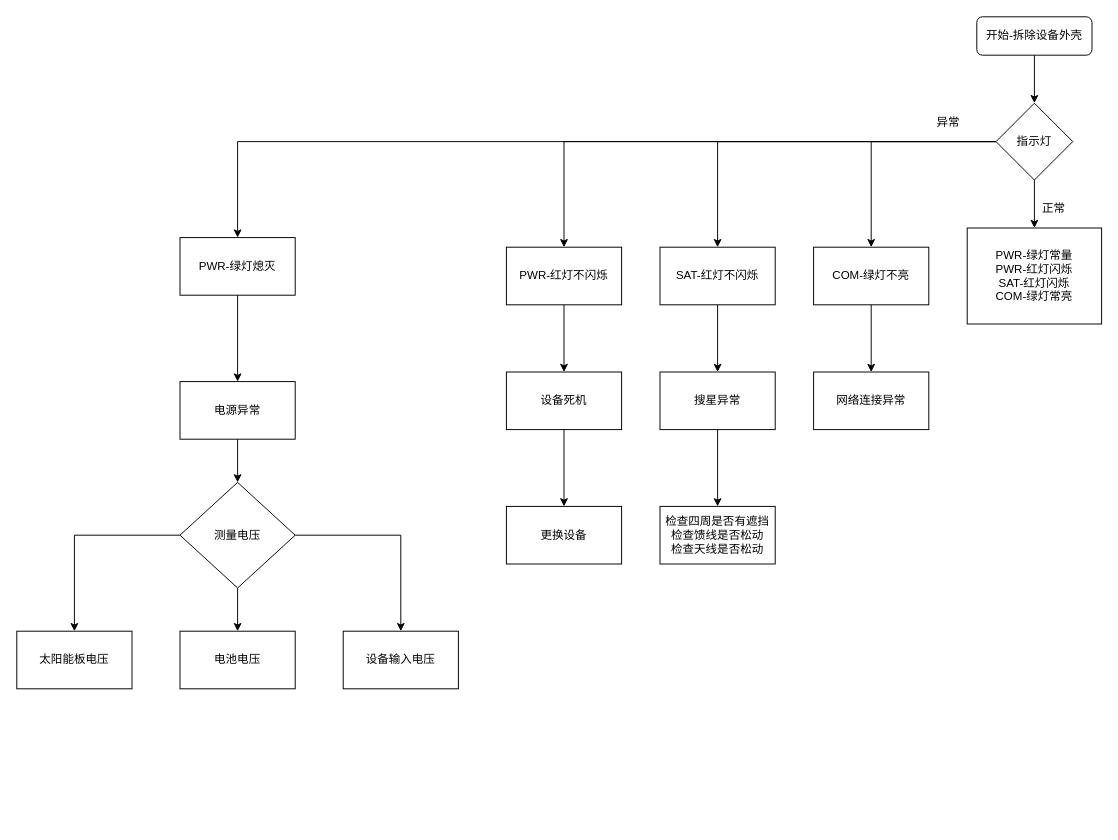
Before: page "现场运维" (1 of 5) of GNSS_E40s检修流程.drawio in wanghongsilver/DrawIo, a draw.io diagram. Source tidied: cells renumbered, new cells numbered last; positions are measured from the earlier drawing's top-left corner, leaving out a move shared by most shapes. Both pictures are drawn from the tidied source at 96%, with x=0, y=0 at pixel (16, 16).
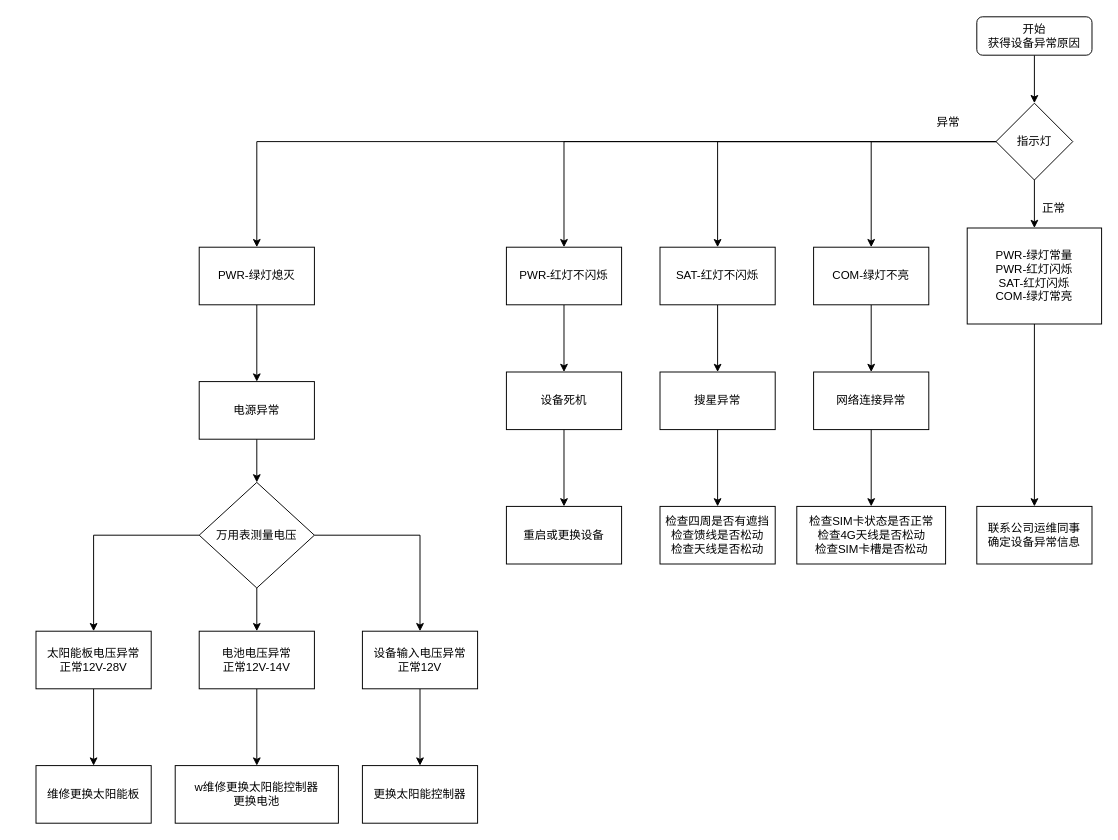
The same diagram, later.

Commit message:
增加现场运维流程

The change refers to these unchanged cells:
```xml
<mxCell id="24" value="网络连接异常" style="whiteSpace=wrap;html=1;" parent="1" vertex="1">
  <mxGeometry x="830" y="370" width="120" height="60" as="geometry" />
</mxCell>
<mxCell id="25" value="&lt;div&gt;PWR-绿灯常量&lt;/div&gt;&lt;div&gt;PWR-红灯闪烁&lt;/div&gt;&lt;div&gt;SAT-红灯闪烁&lt;/div&gt;&lt;div&gt;COM-绿灯常亮&lt;br&gt;&lt;/div&gt;" style="whiteSpace=wrap;html=1;" parent="1" vertex="1">
  <mxGeometry x="990" y="220" width="140" height="100" as="geometry" />
</mxCell>
```

Change to the diagram source:
```diff
@@
-    <mxCell id="3" value="开始-拆除设备外壳" style="rounded=1;whiteSpace=wrap;html=1;fontSize=12;glass=0;strokeWidth=1;shadow=0;" parent="1" vertex="1">
+    <mxCell id="3" value="&lt;div&gt;开始&lt;/div&gt;&lt;div&gt;获得设备异常原因&lt;/div&gt;" style="rounded=1;whiteSpace=wrap;html=1;fontSize=12;glass=0;strokeWidth=1;shadow=0;" parent="1" vertex="1">
       <mxGeometry x="1000" width="120" height="40" as="geometry" />
     </mxCell>
@@
     <mxCell id="13" value="PWR-绿灯熄灭" style="whiteSpace=wrap;html=1;" parent="1" vertex="1">
-      <mxGeometry x="170" y="230" width="120" height="60" as="geometry" />
+      <mxGeometry x="190" y="240" width="120" height="60" as="geometry" />
     </mxCell>
@@
     <mxCell id="19" value="电源异常" style="whiteSpace=wrap;html=1;" parent="1" vertex="1">
-      <mxGeometry x="170" y="380" width="120" height="60" as="geometry" />
+      <mxGeometry x="190" y="380" width="120" height="60" as="geometry" />
     </mxCell>
@@
+    <mxCell id="37" style="edgeStyle=orthogonalEdgeStyle;rounded=0;jettySize=auto;html=1;startArrow=none;startFill=0;" parent="1" edge="1" source="24" target="42">
+      <mxGeometry relative="1" as="geometry" />
+    </mxCell>
@@
+    <mxCell id="38" style="edgeStyle=orthogonalEdgeStyle;rounded=0;jettySize=auto;html=1;startArrow=none;startFill=0;" parent="1" edge="1" source="25" target="43">
+      <mxGeometry relative="1" as="geometry" />
+    </mxCell>
@@
-    <mxCell id="31" value="测量电压" style="rhombus;whiteSpace=wrap;html=1;" parent="1" vertex="1">
-      <mxGeometry x="170" y="485" width="120" height="110" as="geometry" />
+    <mxCell id="31" value="万用表测量电压" style="rhombus;whiteSpace=wrap;html=1;" parent="1" vertex="1">
+      <mxGeometry x="190" y="485" width="120" height="110" as="geometry" />
     </mxCell>
+    <mxCell id="39" style="edgeStyle=orthogonalEdgeStyle;rounded=0;jettySize=auto;html=1;startArrow=none;startFill=0;" parent="1" edge="1" source="32" target="44">
+      <mxGeometry relative="1" as="geometry" />
+    </mxCell>
-    <mxCell id="32" value="太阳能板电压" style="whiteSpace=wrap;html=1;" parent="1" vertex="1">
-      <mxGeometry y="640" width="120" height="60" as="geometry" />
+    <mxCell id="32" value="&lt;div&gt;太阳能板电压异常&lt;/div&gt;&lt;div&gt;正常12V-28V&lt;br&gt;&lt;/div&gt;" style="whiteSpace=wrap;html=1;" parent="1" vertex="1">
+      <mxGeometry x="20" y="640" width="120" height="60" as="geometry" />
     </mxCell>
+    <mxCell id="40" style="edgeStyle=orthogonalEdgeStyle;rounded=0;jettySize=auto;html=1;startArrow=none;startFill=0;" parent="1" edge="1" source="33" target="45">
+      <mxGeometry relative="1" as="geometry" />
+    </mxCell>
-    <mxCell id="33" value="电池电压" style="whiteSpace=wrap;html=1;" parent="1" vertex="1">
-      <mxGeometry x="170" y="640" width="120" height="60" as="geometry" />
+    <mxCell id="33" value="&lt;div&gt;电池电压异常&lt;/div&gt;&lt;div&gt;正常12V-14V&lt;br&gt;&lt;/div&gt;" style="whiteSpace=wrap;html=1;" parent="1" vertex="1">
+      <mxGeometry x="190" y="640" width="120" height="60" as="geometry" />
     </mxCell>
+    <mxCell id="41" style="edgeStyle=orthogonalEdgeStyle;rounded=0;jettySize=auto;html=1;startArrow=none;startFill=0;" parent="1" edge="1" source="34" target="46">
+      <mxGeometry relative="1" as="geometry" />
+    </mxCell>
-    <mxCell id="34" value="设备输入电压" style="whiteSpace=wrap;html=1;" parent="1" vertex="1">
-      <mxGeometry x="340" y="640" width="120" height="60" as="geometry" />
+    <mxCell id="34" value="&lt;div&gt;设备输入电压异常&lt;/div&gt;&lt;div&gt;正常12V&lt;/div&gt;" style="whiteSpace=wrap;html=1;" parent="1" vertex="1">
+      <mxGeometry x="360" y="640" width="120" height="60" as="geometry" />
     </mxCell>
-    <mxCell id="35" value="更换设备" style="whiteSpace=wrap;html=1;" parent="1" vertex="1">
+    <mxCell id="35" value="重启或更换设备" style="whiteSpace=wrap;html=1;" parent="1" vertex="1">
       <mxGeometry x="510" y="510" width="120" height="60" as="geometry" />
     </mxCell>
@@
+    <mxCell id="42" value="&lt;div&gt;检查SIM卡状态是否正常&lt;/div&gt;&lt;div&gt;检查4G天线是否松动&lt;/div&gt;&lt;div&gt;检查SIM卡槽是否松动&lt;br&gt;&lt;/div&gt;" style="whiteSpace=wrap;html=1;" parent="1" vertex="1">
+      <mxGeometry x="812.5" y="510" width="155" height="60" as="geometry" />
+    </mxCell>
+    <mxCell id="43" value="&lt;div&gt;联系公司运维同事&lt;/div&gt;&lt;div&gt;确定设备异常信息&lt;/div&gt;" style="whiteSpace=wrap;html=1;" parent="1" vertex="1">
+      <mxGeometry x="1000" y="510" width="120" height="60" as="geometry" />
+    </mxCell>
+    <mxCell id="44" value="维修更换太阳能板" style="whiteSpace=wrap;html=1;" parent="1" vertex="1">
+      <mxGeometry x="20" y="780" width="120" height="60" as="geometry" />
+    </mxCell>
+    <mxCell id="45" value="&lt;div&gt;w维修更换太阳能控制器&lt;/div&gt;&lt;div&gt;更换电池&lt;br&gt;&lt;/div&gt;" style="whiteSpace=wrap;html=1;" parent="1" vertex="1">
+      <mxGeometry x="165" y="780" width="170" height="60" as="geometry" />
+    </mxCell>
+    <mxCell id="46" value="更换太阳能控制器" style="whiteSpace=wrap;html=1;" parent="1" vertex="1">
+      <mxGeometry x="360" y="780" width="120" height="60" as="geometry" />
+    </mxCell>
```
